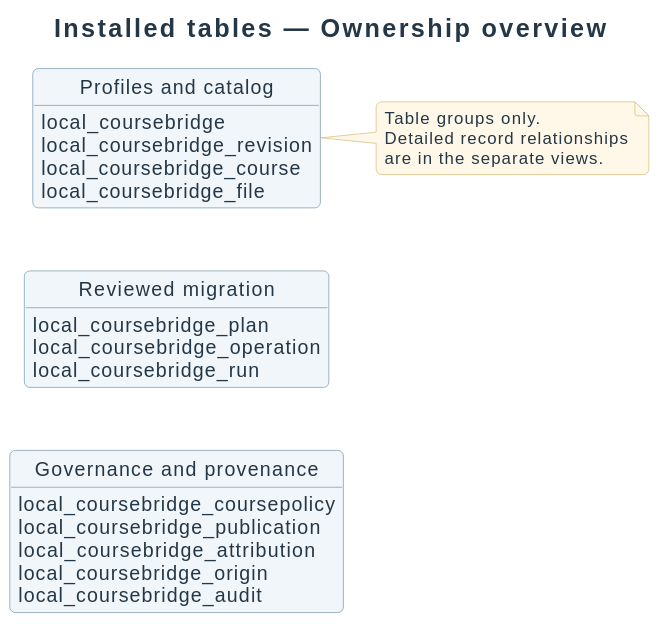
Above: docs/diagrams/design/data-model.svg in didactika/moodle-local_coursefiles (PlantUML), before the change. The source it was exported from:
```plantuml
@startuml
!include ../_style.puml
title Installed tables — Ownership overview
top to bottom direction
hide circle
hide methods
class "Profiles and catalog" as Catalog {
  local_coursebridge
  local_coursebridge_revision
  local_coursebridge_course
  local_coursebridge_file
}
class "Reviewed migration" as Migration {
  local_coursebridge_plan
  local_coursebridge_operation
  local_coursebridge_run
}
class "Governance and provenance" as Governance {
  local_coursebridge_coursepolicy
  local_coursebridge_publication
  local_coursebridge_attribution
  local_coursebridge_origin
  local_coursebridge_audit
}
Catalog -[hidden]down-> Migration
Migration -[hidden]down-> Governance
note right of Catalog
Table groups only.
Detailed record relationships
are in the separate views.
end note
@enduml
```
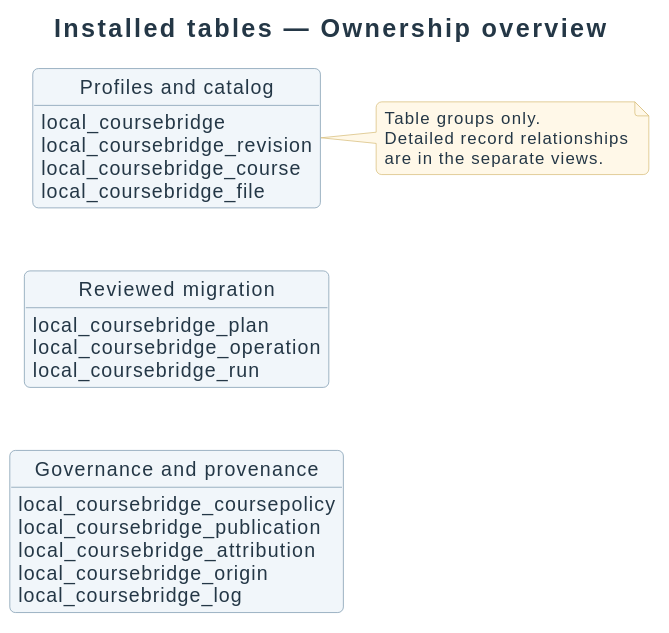
Later version of the same file.

The edit, as a diff of the source:
```diff
@@ -20,7 +20,7 @@
   local_coursebridge_publication
   local_coursebridge_attribution
   local_coursebridge_origin
-  local_coursebridge_audit
+  local_coursebridge_log
 }
 Catalog -[hidden]down-> Migration
 Migration -[hidden]down-> Governance
```
